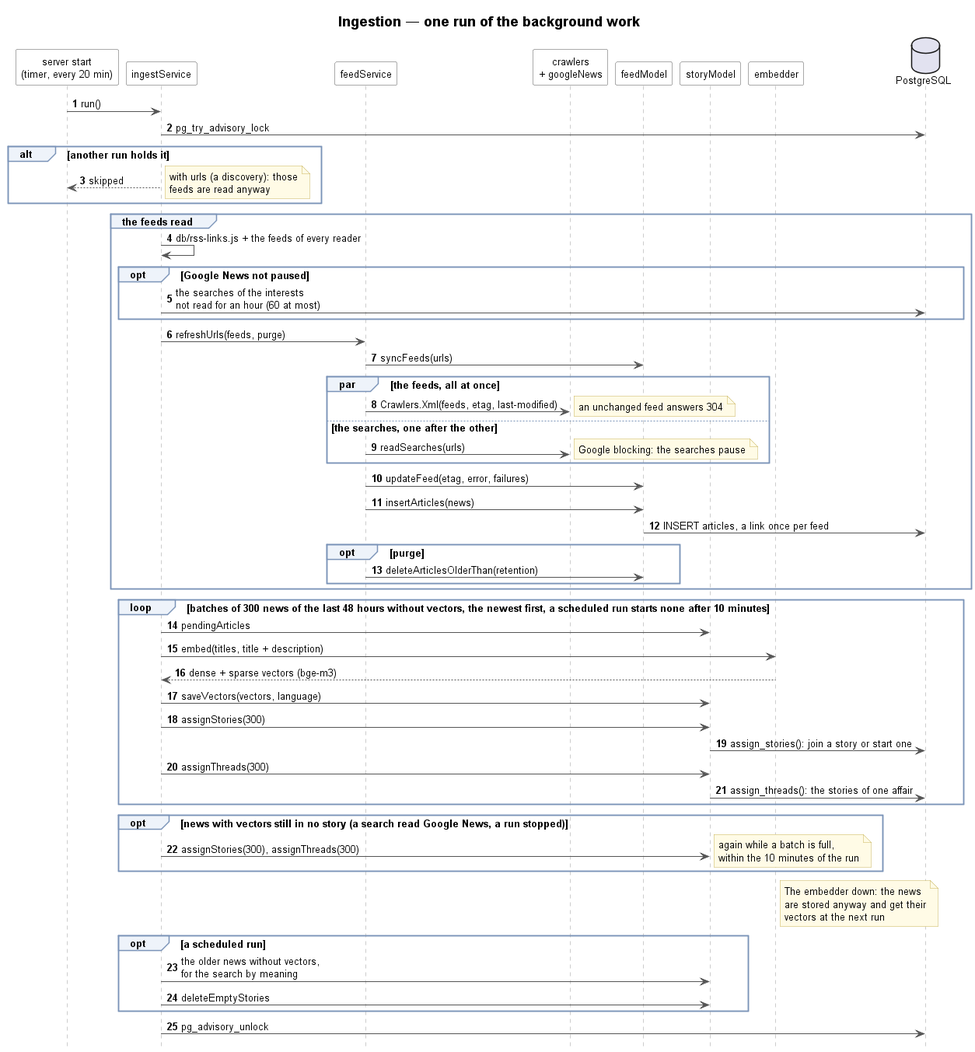
This is docs/UML/sprint4/14-ingestion-sequence.png from TPI2026-NewsGenerator/NewsGenerator-Backend, a PlantUML export, as it was before one commit.
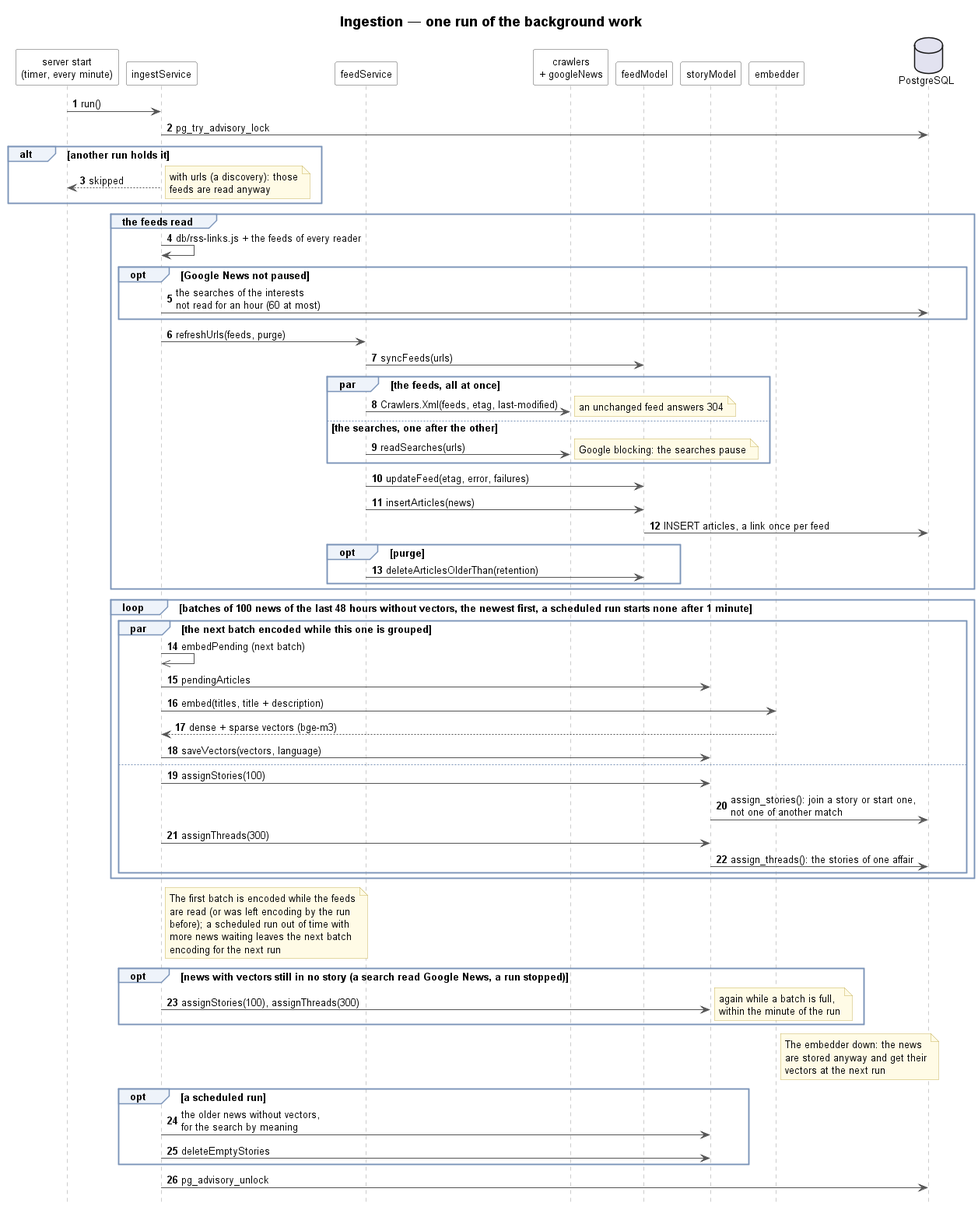
The same diagram one commit later.

Commit message:
Document the briefing period, the matchup rule and the pipelined ingestion

Change to the diagram source:
```diff
@@ -2,7 +2,7 @@
 !include _sequence.iuml
 title Ingestion — one run of the background work
 
-participant "server start\n(timer, every 20 min)" as Timer
+participant "server start\n(timer, every minute)" as Timer
 participant ingestService as Ingest
 participant feedService as Feeds
 participant "crawlers\n+ googleNews" as Web
@@ -40,19 +40,30 @@
     end
 end
 
-loop batches of 300 news of the last 48 hours without vectors, the newest first, a scheduled run starts none after 10 minutes
-    Ingest -> StoryModel : pendingArticles
-    Ingest -> Embedder : embed(titles, title + description)
-    Embedder --> Ingest : dense + sparse vectors (bge-m3)
-    Ingest -> StoryModel : saveVectors(vectors, language)
-    Ingest -> StoryModel : assignStories(300)
-    StoryModel -> DB : assign_stories(): join a story or start one
-    Ingest -> StoryModel : assignThreads(300)
-    StoryModel -> DB : assign_threads(): the stories of one affair
+loop batches of 100 news of the last 48 hours without vectors, the newest first, a scheduled run starts none after 1 minute
+    par the next batch encoded while this one is grouped
+        Ingest ->> Ingest : embedPending (next batch)
+        Ingest -> StoryModel : pendingArticles
+        Ingest -> Embedder : embed(titles, title + description)
+        Embedder --> Ingest : dense + sparse vectors (bge-m3)
+        Ingest -> StoryModel : saveVectors(vectors, language)
+    else
+        Ingest -> StoryModel : assignStories(100)
+        StoryModel -> DB : assign_stories(): join a story or start one,\nnot one of another match
+        Ingest -> StoryModel : assignThreads(300)
+        StoryModel -> DB : assign_threads(): the stories of one affair
+    end
 end
+note right of Ingest
+    The first batch is encoded while the feeds
+    are read (or was left encoding by the run
+    before); a scheduled run out of time with
+    more news waiting leaves the next batch
+    encoding for the next run
+end note
 opt news with vectors still in no story (a search read Google News, a run stopped)
-    Ingest -> StoryModel : assignStories(300), assignThreads(300)
-    note right : again while a batch is full,\nwithin the 10 minutes of the run
+    Ingest -> StoryModel : assignStories(100), assignThreads(300)
+    note right : again while a batch is full,\nwithin the minute of the run
 end
 note right of Embedder
     The embedder down: the news
```
